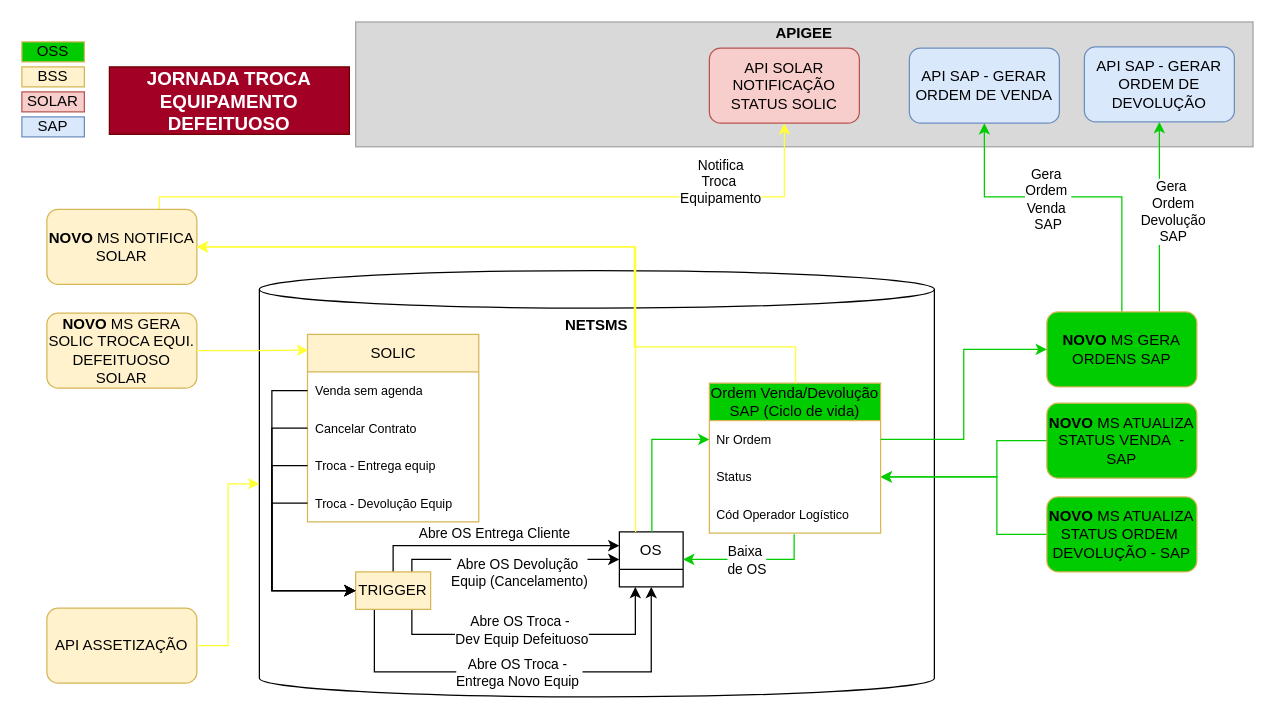
Earlier version of the draw.io diagram page "NETsales 8a base v13.03" (14 of 17) of 103976_106614-Entrega de equipamento via meio alternativo-Correios.drawio (samirali/ClaroBrasil). Source tidied: cells renumbered, new cells numbered last; positions are measured from the earlier drawing's top-left corner, leaving out a move shared by most shapes. Both pictures are drawn from the tidied source at 125%, with x=0, y=0 at pixel (21, 21).
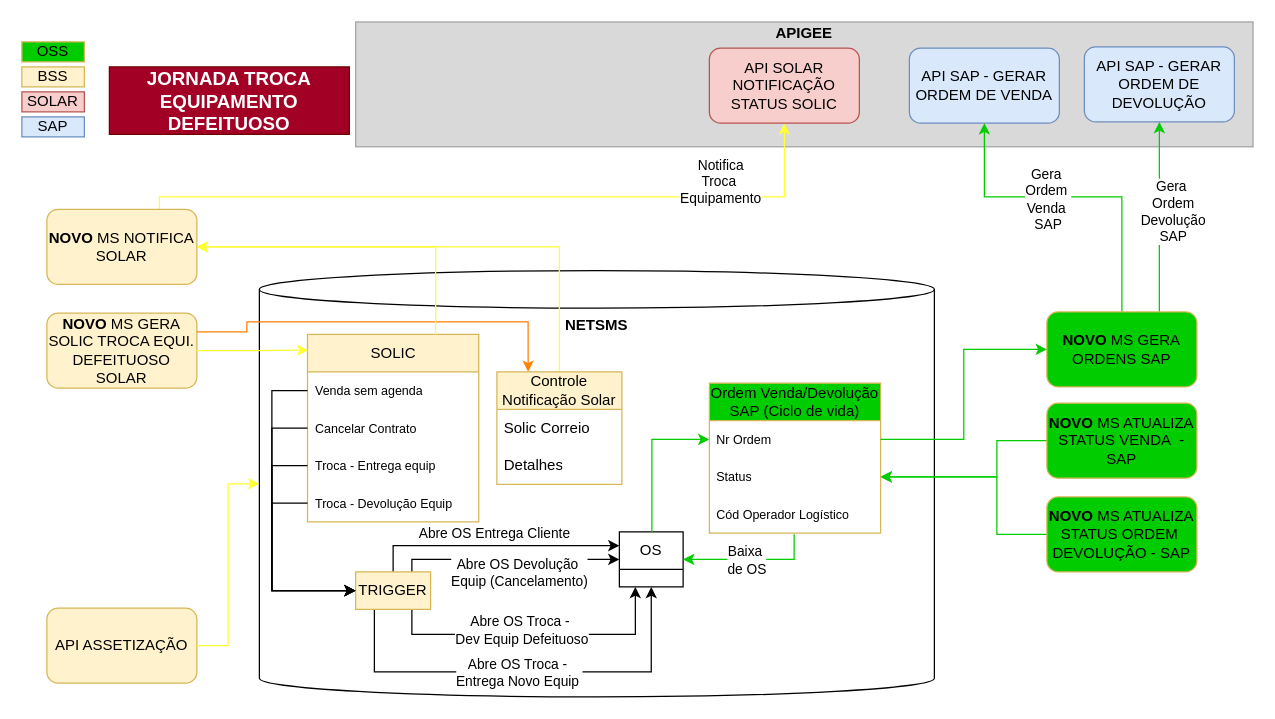
The same page after the edit.

The change refers to these unchanged cells:
```xml
<mxCell id="38" value="&lt;b&gt;NOVO &lt;/b&gt;MS GERA SOLIC TROCA EQUI. DEFEITUOSO SOLAR" style="rounded=1;whiteSpace=wrap;html=1;fillColor=#fff2cc;strokeColor=#d6b656;" parent="1" vertex="1">
  <mxGeometry x="20" y="233" width="120" height="60" as="geometry" />
</mxCell>
```

Diff of the diagram source:
```diff
@@
-    <mxCell id="59" style="edgeStyle=orthogonalEdgeStyle;rounded=0;hachureGap=4;orthogonalLoop=1;jettySize=auto;html=1;entryX=1;entryY=0.5;entryDx=0;entryDy=0;fontFamily=Architects Daughter;strokeColor=#FFFF33;exitX=0.25;exitY=0;exitDx=0;exitDy=0;" parent="1" edge="1">
-      <mxGeometry relative="1" as="geometry">
-        <mxPoint x="491" y="408" as="sourcePoint" />
-        <mxPoint x="140" y="180" as="targetPoint" />
-        <Array as="points">
-          <mxPoint x="491" y="180" />
-        </Array>
-      </mxGeometry>
-    </mxCell>
@@
-    <mxCell id="61" style="edgeStyle=orthogonalEdgeStyle;rounded=0;hachureGap=4;orthogonalLoop=1;jettySize=auto;html=1;entryX=1;entryY=0.5;entryDx=0;entryDy=0;fontFamily=Architects Daughter;strokeColor=#FFFF33;exitX=0.5;exitY=0;exitDx=0;exitDy=0;" parent="1" edge="1">
-      <mxGeometry relative="1" as="geometry">
-        <mxPoint x="619" y="289" as="sourcePoint" />
-        <mxPoint x="140" y="180" as="targetPoint" />
-        <Array as="points">
-          <mxPoint x="619" y="260" />
-          <mxPoint x="490" y="260" />
-          <mxPoint x="490" y="180" />
-        </Array>
-      </mxGeometry>
-    </mxCell>
+    <mxCell id="62" style="edgeStyle=orthogonalEdgeStyle;rounded=0;hachureGap=4;jettySize=auto;html=1;entryX=0.25;entryY=0;entryDx=0;entryDy=0;fontFamily=Architects Daughter;strokeColor=#FF8000;exitX=1;exitY=0.25;exitDx=0;exitDy=0;" parent="1" edge="1" source="38" target="64">
+      <mxGeometry relative="1" as="geometry">
+        <Array as="points">
+          <mxPoint x="180" y="248" />
+          <mxPoint x="180" y="240" />
+          <mxPoint x="405" y="240" />
+        </Array>
+      </mxGeometry>
+    </mxCell>
+    <mxCell id="63" style="edgeStyle=orthogonalEdgeStyle;rounded=0;hachureGap=4;jettySize=auto;html=1;entryX=1;entryY=0.5;entryDx=0;entryDy=0;fontFamily=Architects Daughter;strokeColor=#FFFF33;exitX=0.5;exitY=0;exitDx=0;exitDy=0;" parent="1" edge="1" source="64">
+      <mxGeometry relative="1" as="geometry">
+        <mxPoint x="140" y="180" as="targetPoint" />
+        <Array as="points">
+          <mxPoint x="430" y="180" />
+        </Array>
+      </mxGeometry>
+    </mxCell>
+    <mxCell id="64" value="Controle Notificação Solar" style="swimlane;fontStyle=0;horizontal=1;startSize=30;whiteSpace=wrap;html=1;hachureGap=4;fontFamily=Helvetica;fillColor=#fff2cc;strokeColor=#d6b656;" parent="1" vertex="1">
+      <mxGeometry x="380" y="280" width="100" height="90" as="geometry" />
+    </mxCell>
+    <mxCell id="65" value="Solic Correio" style="text;strokeColor=none;fillColor=none;align=left;verticalAlign=middle;spacingLeft=4;spacingRight=4;overflow=hidden;whiteSpace=wrap;html=1;fontFamily=Helvetica;" parent="64" vertex="1">
+      <mxGeometry y="30" width="100" height="30" as="geometry" />
+    </mxCell>
+    <mxCell id="66" value="Detalhes" style="text;strokeColor=none;fillColor=none;align=left;verticalAlign=middle;spacingLeft=4;spacingRight=4;overflow=hidden;whiteSpace=wrap;html=1;fontFamily=Helvetica;" parent="64" vertex="1">
+      <mxGeometry y="60" width="100" height="30" as="geometry" />
+    </mxCell>
+    <mxCell id="67" style="edgeStyle=orthogonalEdgeStyle;rounded=0;hachureGap=4;orthogonalLoop=1;jettySize=auto;html=1;entryX=1;entryY=0.5;entryDx=0;entryDy=0;fontFamily=Architects Daughter;strokeColor=#FFFF33;exitX=0.75;exitY=0;exitDx=0;exitDy=0;" parent="1" edge="1">
+      <mxGeometry relative="1" as="geometry">
+        <mxPoint x="331" y="250" as="sourcePoint" />
+        <mxPoint x="140" y="180" as="targetPoint" />
+        <Array as="points">
+          <mxPoint x="331" y="180" />
+        </Array>
+      </mxGeometry>
+    </mxCell>
```
